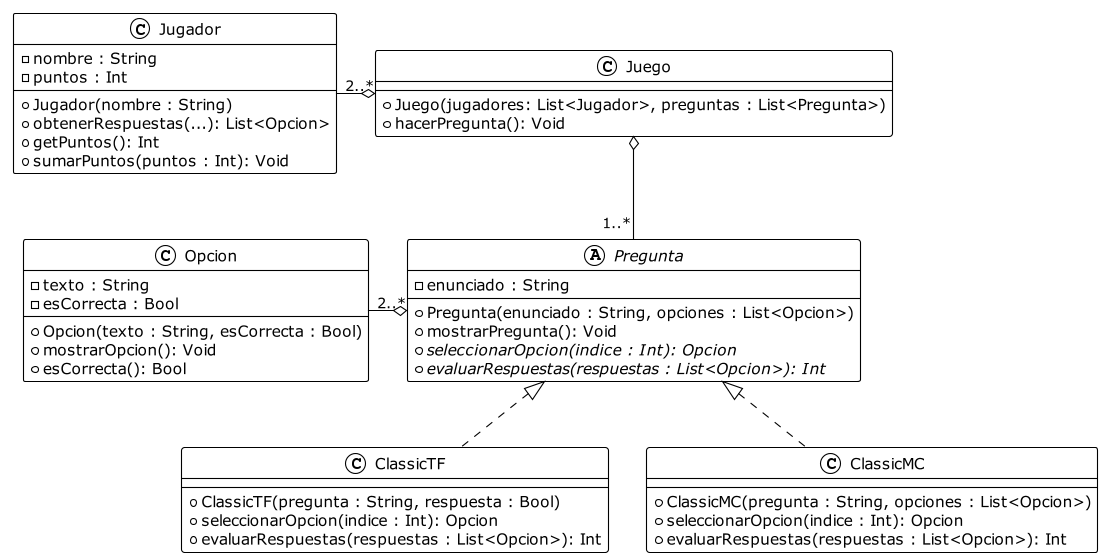
Above: diagrams/classes/clase_general.png in lautiland/TP2-ALGO3-ALGOHOOT (PlantUML), before the change.
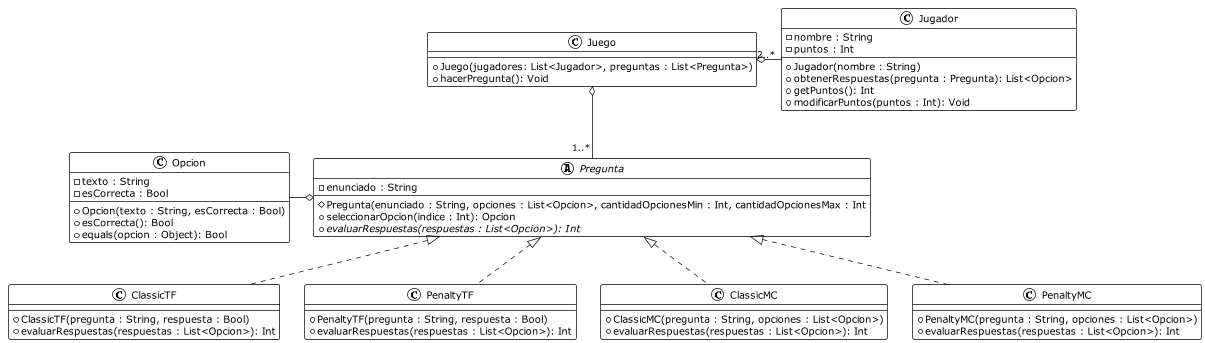
The same file after the commit.

Commit message:
fix: class/sequence diagrams

What changed in the source:
```diff
@@ -11,16 +11,15 @@
     - nombre : String
     - puntos : Int
     + Jugador(nombre : String)
-    + obtenerRespuestas(...): List<Opcion>
+    + obtenerRespuestas(pregunta : Pregunta): List<Opcion>
     + getPuntos(): Int
-    + sumarPuntos(puntos : Int): Void
+    + modificarPuntos(puntos : Int): Void
 }
 
 abstract Pregunta {
     - enunciado : String
-    + Pregunta(enunciado : String, opciones : List<Opcion>)
-    + mostrarPregunta(): Void
-    + {abstract} seleccionarOpcion(indice : Int): Opcion
+    # Pregunta(enunciado : String, opciones : List<Opcion>, cantidadOpcionesMin : Int, cantidadOpcionesMax : Int
+    + seleccionarOpcion(indice : Int): Opcion
     + {abstract} evaluarRespuestas(respuestas : List<Opcion>): Int
 }
 
@@ -28,26 +27,36 @@
     - texto : String
     - esCorrecta : Bool
     + Opcion(texto : String, esCorrecta : Bool)
-    + mostrarOpcion(): Void
     + esCorrecta(): Bool
+    + equals(opcion : Object): Bool
 }
 
 class ClassicTF {
     + ClassicTF(pregunta : String, respuesta : Bool)
-    + seleccionarOpcion(indice : Int): Opcion
+    + evaluarRespuestas(respuestas : List<Opcion>): Int
+}
+
+class PenaltyTF {
+    + PenaltyTF(pregunta : String, respuesta : Bool)
     + evaluarRespuestas(respuestas : List<Opcion>): Int
 }
 
 class ClassicMC {
     + ClassicMC(pregunta : String, opciones : List<Opcion>)
-    + seleccionarOpcion(indice : Int): Opcion
+    + evaluarRespuestas(respuestas : List<Opcion>): Int
+}
+
+class PenaltyMC {
+    + PenaltyMC(pregunta : String, opciones : List<Opcion>)
     + evaluarRespuestas(respuestas : List<Opcion>): Int
 }
 
 Juego o-down- "1..*" Pregunta
-Juego o-left- "2..*" Jugador
-Pregunta o-left- "2..*" Opcion
+Juego o-right- "2..*" Jugador
+Pregunta o-left- Opcion
 ClassicTF .up.|> Pregunta
 ClassicMC .up.|> Pregunta
+PenaltyTF .up.|> Pregunta
+PenaltyMC .up.|> Pregunta
 
 @enduml
```
